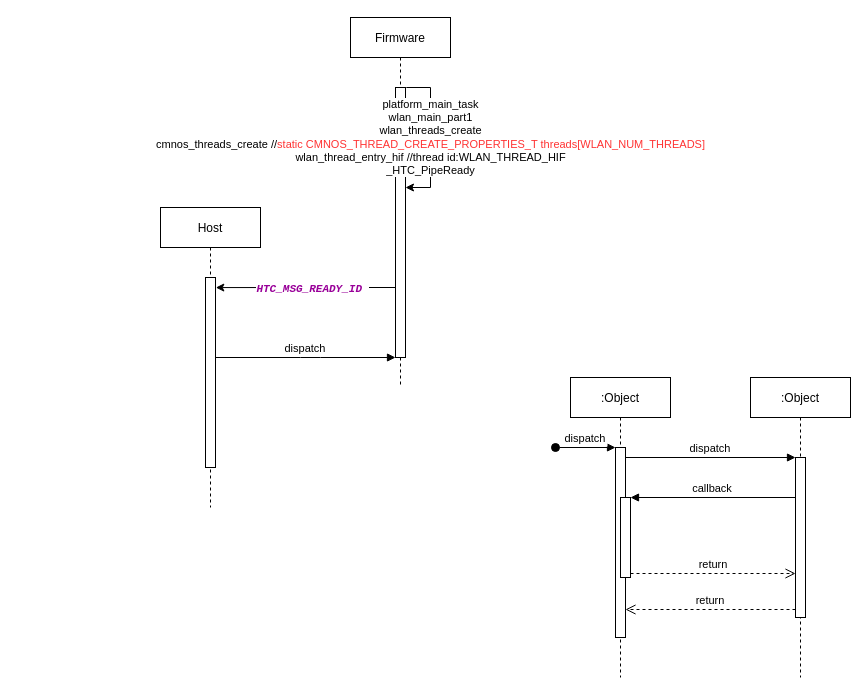
Above: 流程调用/AP/未命名绘图.drawio in longmaoaiali/WIFI (draw.io), before the change. Source tidied: cells renumbered, new cells numbered last; positions are measured from the earlier drawing's top-left corner, leaving out a move shared by most shapes. Both pictures are drawn from the tidied source at 100%, with x=0, y=0 at pixel (160, 17).
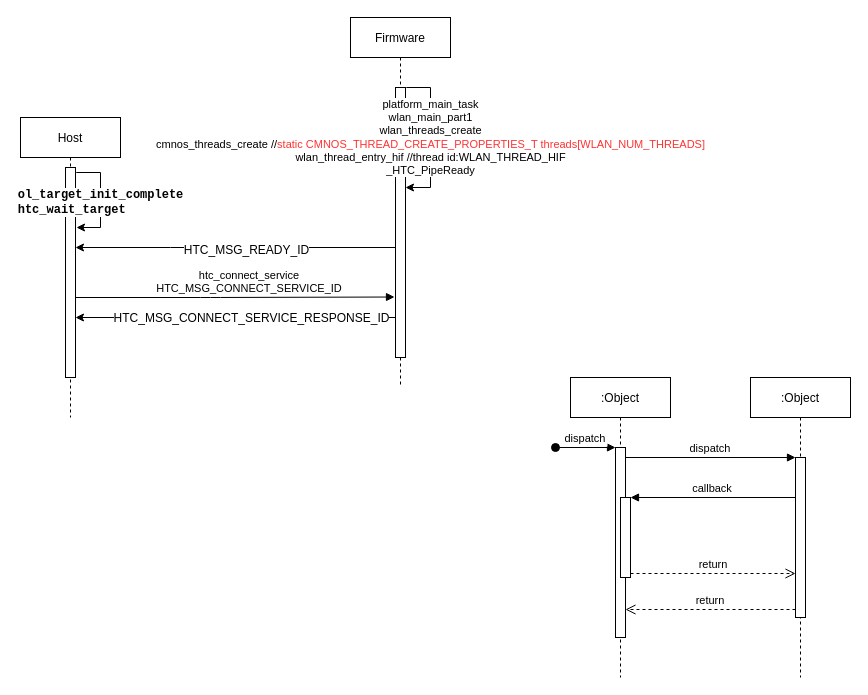
The same diagram, later.

Commit message:
更新未命名绘图.drawio

Unchanged cells that the change refers to:
```xml
<mxCell id="14" value="Firmware" style="shape=umlLifeline;perimeter=lifelinePerimeter;rounded=0;shadow=0;strokeWidth=1;" parent="1" vertex="1">
  <mxGeometry x="190" width="100" height="370" as="geometry" />
</mxCell>
<mxCell id="15" style="points=[];perimeter=orthogonalPerimeter;rounded=0;shadow=0;strokeWidth=1;" parent="14" vertex="1">
  <mxGeometry x="45" y="70" width="10" height="270" as="geometry" />
</mxCell>
```

What changed in the source:
```diff
@@
     <mxCell id="12" value="Host" style="shape=umlLifeline;perimeter=lifelinePerimeter;rounded=0;shadow=0;strokeWidth=1;" parent="1" vertex="1">
-      <mxGeometry y="190" width="100" height="300" as="geometry" />
+      <mxGeometry x="-140" y="100" width="100" height="300" as="geometry" />
     </mxCell>
     <mxCell id="13" style="points=[];perimeter=orthogonalPerimeter;rounded=0;shadow=0;strokeWidth=1;" parent="12" vertex="1">
-      <mxGeometry x="45" y="70" width="10" height="190" as="geometry" />
+      <mxGeometry x="45" y="50" width="10" height="210" as="geometry" />
     </mxCell>
+    <mxCell id="21" style="edgeStyle=orthogonalEdgeStyle;rounded=0;orthogonalLoop=1;jettySize=auto;html=1;exitX=0.934;exitY=0.084;exitDx=0;exitDy=0;exitPerimeter=0;" parent="12" edge="1">
+      <mxGeometry relative="1" as="geometry">
+        <mxPoint x="55.8" y="55" as="sourcePoint" />
+        <mxPoint x="56" y="110" as="targetPoint" />
+        <Array as="points">
+          <mxPoint x="80" y="55" />
+          <mxPoint x="80" y="110" />
+        </Array>
+      </mxGeometry>
+    </mxCell>
+    <mxCell id="22" value="&lt;pre style=&quot;border: 0px none; margin: 0px; font-style: normal; font-variant-ligatures: normal; font-variant-caps: normal; font-weight: 400; letter-spacing: normal; text-align: start; text-indent: 0px; text-transform: none; word-spacing: 0px; -webkit-text-stroke-width: 0px; background-color: rgb(255, 255, 255); text-decoration-thickness: initial; text-decoration-style: initial; text-decoration-color: initial;&quot;&gt;&lt;a style=&quot;text-decoration: none; font-weight: bold;&quot; class=&quot;xf intelliWindow-symbol&quot; href=&quot;https://opengrok.qualcomm.com/source/s?refs=ol_target_init_complete&amp;amp;project=NHSS.QSDK.12.2.1&quot;&gt;&lt;font color=&quot;#000000&quot;&gt;ol_target_init_complete&lt;br&gt;htc_wait_target&lt;/font&gt;&lt;/a&gt;&lt;/pre&gt;" style="edgeLabel;html=1;align=center;verticalAlign=middle;fontSize=12;fontFamily=Helvetica;fontColor=#FF3333;" parent="21" vertex="1">
+      <mxGeometry x="-0.34" y="-1" relative="1" as="geometry">
+        <mxPoint y="20" as="offset" />
+      </mxGeometry>
+    </mxCell>
+    <mxCell id="23" value="htc_connect_service&#10;HTC_MSG_CONNECT_SERVICE_ID" style="verticalAlign=bottom;endArrow=block;shadow=0;strokeWidth=1;entryX=-0.1;entryY=0.776;entryDx=0;entryDy=0;entryPerimeter=0;" parent="12" edge="1" target="15">
+      <mxGeometry x="0.09" relative="1" as="geometry">
+        <mxPoint x="55" y="180" as="sourcePoint" />
+        <Array as="points">
+          <mxPoint x="190" y="180" />
+        </Array>
+      </mxGeometry>
+    </mxCell>
@@
-    <mxCell id="18" value="dispatch" style="verticalAlign=bottom;endArrow=block;shadow=0;strokeWidth=1;" parent="1" edge="1" source="13" target="15">
-      <mxGeometry relative="1" as="geometry">
-        <Array as="points">
-          <mxPoint x="150" y="340" />
-        </Array>
-      </mxGeometry>
-    </mxCell>
+    <mxCell id="24" style="edgeStyle=orthogonalEdgeStyle;rounded=0;orthogonalLoop=1;jettySize=auto;html=1;" parent="14" edge="1">
+      <mxGeometry relative="1" as="geometry">
+        <mxPoint x="45" y="300" as="sourcePoint" />
+        <mxPoint x="-275" y="300" as="targetPoint" />
+        <Array as="points">
+          <mxPoint x="-30" y="300" />
+          <mxPoint x="-30" y="300" />
+        </Array>
+      </mxGeometry>
+    </mxCell>
+    <mxCell id="25" value="HTC_MSG_CONNECT_SERVICE_RESPONSE_ID " style="edgeLabel;html=1;align=center;verticalAlign=middle;fontSize=12;fontFamily=Helvetica;fontColor=#000000;" parent="24" vertex="1">
+      <mxGeometry x="-0.14" y="2" relative="1" as="geometry">
+        <mxPoint x="-7" y="-2" as="offset" />
+      </mxGeometry>
+    </mxCell>
-    <mxCell id="19" style="edgeStyle=orthogonalEdgeStyle;rounded=0;jettySize=auto;html=1;entryX=1.033;entryY=0.053;entryDx=0;entryDy=0;entryPerimeter=0;" parent="1" edge="1" source="15" target="13">
+    <mxCell id="19" style="edgeStyle=orthogonalEdgeStyle;rounded=0;jettySize=auto;html=1;" parent="1" edge="1" source="15">
       <mxGeometry relative="1" as="geometry">
+        <mxPoint x="-85" y="230" as="targetPoint" />
         <Array as="points">
-          <mxPoint x="180" y="270" />
-          <mxPoint x="180" y="270" />
+          <mxPoint x="10" y="230" />
+          <mxPoint x="10" y="230" />
         </Array>
       </mxGeometry>
     </mxCell>
-    <mxCell id="20" value="&lt;pre style=&quot;border: 0px; margin: 0px; color: rgb(0, 0, 0); font-style: normal; font-variant-ligatures: normal; font-variant-caps: normal; font-weight: 400; letter-spacing: normal; orphans: 2; text-align: start; text-indent: 0px; text-transform: none; widows: 2; word-spacing: 0px; -webkit-text-stroke-width: 0px; background-color: rgb(255, 255, 255); text-decoration-thickness: initial; text-decoration-style: initial; text-decoration-color: initial;&quot;&gt;&lt;a style=&quot;text-decoration: none; color: rgb(153, 0, 153); font-weight: bold; font-style: italic;&quot; class=&quot;xer intelliWindow-symbol&quot; href=&quot;https://opengrok.qualcomm.com/source/s?refs=HTC_MSG_READY_ID&amp;amp;project=NHSS.QSDK.12.2.1&quot;&gt;HTC_MSG_READY_ID&lt;/a&gt; &lt;/pre&gt;" style="edgeLabel;html=1;align=center;verticalAlign=middle;" parent="19" vertex="1">
-      <mxGeometry x="-0.06" y="1" relative="1" as="geometry" />
+    <mxCell id="20" value="HTC_MSG_READY_ID " style="edgeLabel;html=1;align=center;verticalAlign=middle;fontSize=12;fontFamily=Helvetica;fontColor=#000000;" parent="19" vertex="1">
+      <mxGeometry x="-0.06" y="2" relative="1" as="geometry" />
     </mxCell>
```
